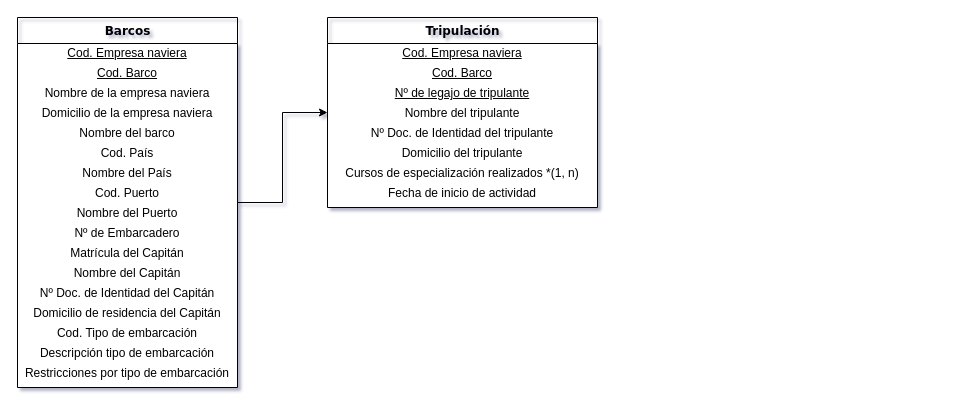
This is TPI_Barcos/1FN.drawio from FedericoRocca/DyADDBB_1erCuatrimestre_2021, a draw.io file, before an edit. Source tidied: cells renumbered, new cells numbered last; positions are measured from the earlier drawing's top-left corner, leaving out a move shared by most shapes. Both pictures are drawn from the tidied source at 100%, with x=0, y=0 at pixel (17, 17).
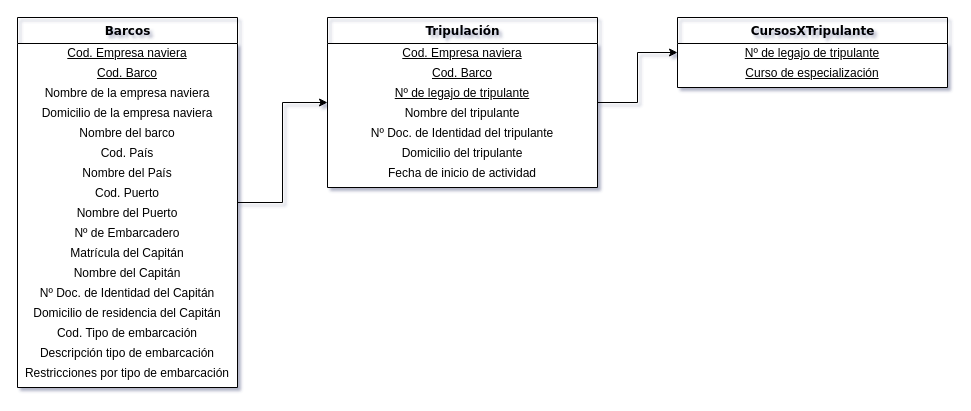
The same page after the edit.

The edit, as a diff of the source:
```diff
@@
+    <mxCell id="30" style="edgeStyle=orthogonalEdgeStyle;rounded=0;jettySize=auto;html=1;" parent="1" edge="1" source="21" target="31">
+      <mxGeometry relative="1" as="geometry" />
+    </mxCell>
     <mxCell id="21" value="Tripulación" style="swimlane;html=1;fontStyle=1;align=center;verticalAlign=top;horizontal=1;startSize=26;swimlaneFillColor=#ffffff;rounded=0;shadow=0;comic=0;labelBackgroundColor=none;strokeWidth=1;fillColor=none;fontFamily=Verdana;fontSize=12;" parent="1" vertex="1">
-      <mxGeometry x="310" width="270" height="190" as="geometry" />
+      <mxGeometry x="310" width="270" height="170" as="geometry" />
     </mxCell>
@@
-    <mxCell id="28" value="Cursos de especialización realizados *(1, n)" style="text;html=1;strokeColor=none;fillColor=none;align=center;verticalAlign=middle;whiteSpace=wrap;rounded=0;" parent="21" vertex="1">
-      <mxGeometry y="146" width="270" height="20" as="geometry" />
-    </mxCell>
     <mxCell id="29" value="Fecha de inicio de actividad" style="text;html=1;strokeColor=none;fillColor=none;align=center;verticalAlign=middle;whiteSpace=wrap;rounded=0;" parent="21" vertex="1">
-      <mxGeometry y="166" width="270" height="20" as="geometry" />
+      <mxGeometry y="146" width="270" height="20" as="geometry" />
     </mxCell>
+    <mxCell id="31" value="CursosXTripulante" style="swimlane;html=1;fontStyle=1;align=center;verticalAlign=top;horizontal=1;startSize=26;swimlaneFillColor=#ffffff;rounded=0;shadow=0;comic=0;labelBackgroundColor=none;strokeWidth=1;fillColor=none;fontFamily=Verdana;fontSize=12;" parent="1" vertex="1">
+      <mxGeometry x="660" width="270" height="70" as="geometry" />
+    </mxCell>
+    <mxCell id="32" value="Nº de legajo de tripulante" style="text;html=1;strokeColor=none;fillColor=none;align=center;verticalAlign=middle;whiteSpace=wrap;rounded=0;fontStyle=4;" parent="31" vertex="1">
+      <mxGeometry y="26" width="270" height="20" as="geometry" />
+    </mxCell>
+    <mxCell id="33" value="&lt;span&gt;Curso de especialización&lt;/span&gt;" style="text;html=1;strokeColor=none;fillColor=none;align=center;verticalAlign=middle;whiteSpace=wrap;rounded=0;fontStyle=4;" parent="31" vertex="1">
+      <mxGeometry y="46" width="270" height="20" as="geometry" />
+    </mxCell>
```
